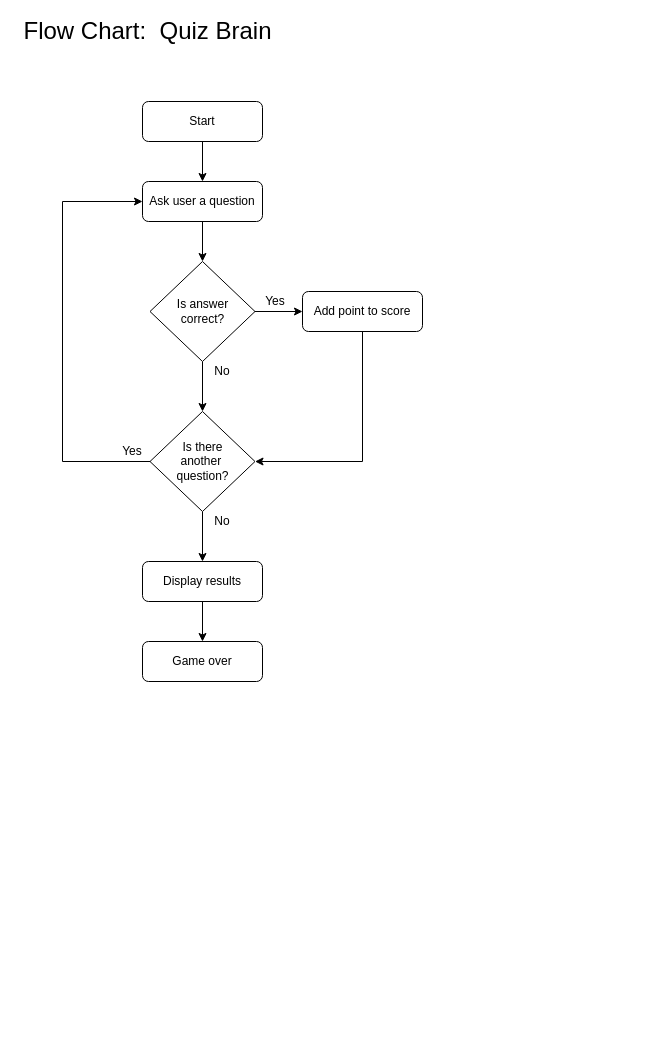
dpb7/flowcharts keeps this draw.io diagram as charts/Untitled Diagram.drawio. Above is the earlier version. Source tidied: cells renumbered, new cells numbered last; positions are measured from the earlier drawing's top-left corner, leaving out a move shared by most shapes. Both pictures are drawn from the tidied source at 100%, with x=0, y=0 at pixel (17, 21).
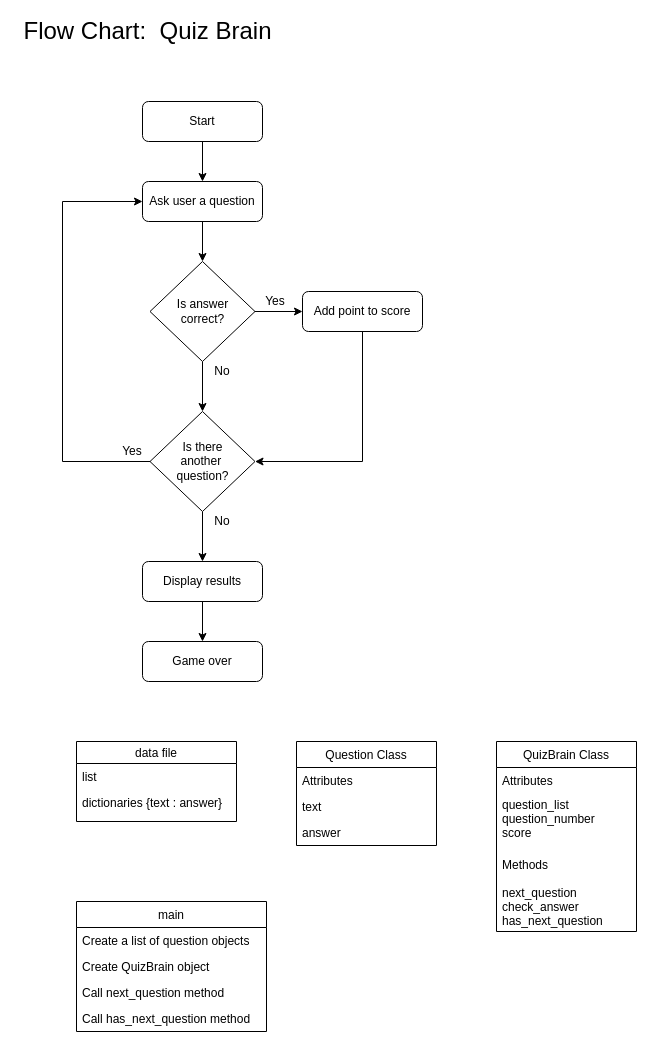
The same diagram, later.

The edit, as a diff of the source:
```diff
@@
+    <mxCell id="22" value="Question Class" style="swimlane;fontStyle=0;horizontal=1;startSize=26;" parent="1" vertex="1">
+      <mxGeometry x="279" y="720" width="140" height="104" as="geometry" />
+    </mxCell>
+    <mxCell id="23" value="Attributes" style="text;strokeColor=none;fillColor=none;align=left;verticalAlign=top;spacingLeft=4;spacingRight=4;overflow=hidden;fontStyle=0;" parent="22" vertex="1">
+      <mxGeometry y="26" width="140" height="26" as="geometry" />
+    </mxCell>
+    <mxCell id="24" value="text" style="text;strokeColor=none;fillColor=none;align=left;verticalAlign=top;spacingLeft=4;spacingRight=4;overflow=hidden;" parent="22" vertex="1">
+      <mxGeometry y="52" width="140" height="26" as="geometry" />
+    </mxCell>
+    <mxCell id="25" value="answer" style="text;strokeColor=none;fillColor=none;align=left;verticalAlign=top;spacingLeft=4;spacingRight=4;overflow=hidden;" parent="22" vertex="1">
+      <mxGeometry y="78" width="140" height="26" as="geometry" />
+    </mxCell>
+    <mxCell id="26" value="QuizBrain Class" style="swimlane;fontStyle=0;horizontal=1;startSize=26;" parent="1" vertex="1">
+      <mxGeometry x="479" y="720" width="140" height="190" as="geometry" />
+    </mxCell>
+    <mxCell id="27" value="Attributes" style="text;strokeColor=none;fillColor=none;align=left;verticalAlign=top;spacingLeft=4;spacingRight=4;overflow=hidden;fontStyle=0;" parent="26" vertex="1">
+      <mxGeometry y="26" width="140" height="24" as="geometry" />
+    </mxCell>
+    <mxCell id="28" value="question_list&#10;question_number&#10;score&#10;" style="text;strokeColor=none;fillColor=none;align=left;verticalAlign=top;spacingLeft=4;spacingRight=4;overflow=hidden;" parent="26" vertex="1">
+      <mxGeometry y="50" width="140" height="60" as="geometry" />
+    </mxCell>
+    <mxCell id="29" value="Methods&#10;&#10;next_question&#10;check_answer&#10;has_next_question" style="text;strokeColor=none;fillColor=none;align=left;verticalAlign=top;spacingLeft=4;spacingRight=4;overflow=hidden;fontStyle=0;" parent="26" vertex="1">
+      <mxGeometry y="110" width="140" height="80" as="geometry" />
+    </mxCell>
+    <mxCell id="30" value="data file" style="swimlane;fontStyle=0;horizontal=1;startSize=22;" parent="1" vertex="1">
+      <mxGeometry x="59" y="720" width="160" height="80" as="geometry" />
+    </mxCell>
+    <mxCell id="31" value="list" style="text;strokeColor=none;fillColor=none;align=left;verticalAlign=top;spacingLeft=4;spacingRight=4;overflow=hidden;" parent="30" vertex="1">
+      <mxGeometry y="22" width="160" height="26" as="geometry" />
+    </mxCell>
+    <mxCell id="32" value="dictionaries {text : answer}" style="text;strokeColor=none;fillColor=none;align=left;verticalAlign=top;spacingLeft=4;spacingRight=4;overflow=hidden;" parent="30" vertex="1">
+      <mxGeometry y="48" width="160" height="32" as="geometry" />
+    </mxCell>
+    <mxCell id="33" value="main" style="swimlane;fontStyle=0;horizontal=1;startSize=26;" parent="1" vertex="1">
+      <mxGeometry x="59" y="880" width="190" height="130" as="geometry" />
+    </mxCell>
+    <mxCell id="34" value="Create a list of question objects" style="text;strokeColor=none;fillColor=none;align=left;verticalAlign=top;spacingLeft=4;spacingRight=4;overflow=hidden;" parent="33" vertex="1">
+      <mxGeometry y="26" width="190" height="26" as="geometry" />
+    </mxCell>
+    <mxCell id="35" value="Create QuizBrain object" style="text;strokeColor=none;fillColor=none;align=left;verticalAlign=top;spacingLeft=4;spacingRight=4;overflow=hidden;" parent="33" vertex="1">
+      <mxGeometry y="52" width="190" height="26" as="geometry" />
+    </mxCell>
+    <mxCell id="36" value="Call next_question method" style="text;strokeColor=none;fillColor=none;align=left;verticalAlign=top;spacingLeft=4;spacingRight=4;overflow=hidden;" parent="33" vertex="1">
+      <mxGeometry y="78" width="190" height="26" as="geometry" />
+    </mxCell>
+    <mxCell id="37" value="Call has_next_question method" style="text;strokeColor=none;fillColor=none;align=left;verticalAlign=top;spacingLeft=4;spacingRight=4;overflow=hidden;" parent="33" vertex="1">
+      <mxGeometry y="104" width="190" height="26" as="geometry" />
+    </mxCell>
```
